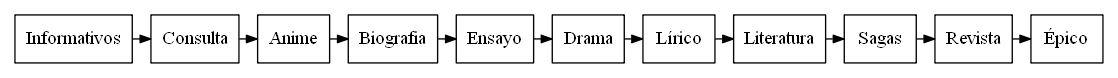
Earlier version of the Graphviz export Graphics/PreOrder.png (Guillermo-O-C/EDD_1S20200_PY2_201801366). Its source is kept beside it as TextFiles/PreOrder.dot. Its diagram source:
```dot
digraph G {
 rankdir=LR nodesep=0.3;
 ranksep=0.2;
 margin=0.1;
   node [shape=box];
  edge [arrowsize=0.8]
"Informativos"->"Consulta"->"Anime"->"Biografia"->"Ensayo"->"Drama"->"Lírico"->"Literatura"->"Sagas"->"Revista"->"Épico";
}
```
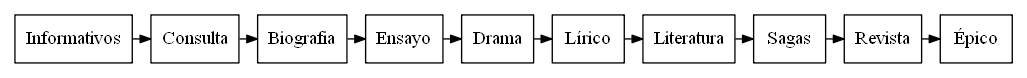
The same file after the commit.

Diff of the diagram source:
```diff
@@ -4,5 +4,5 @@
  margin=0.1;
    node [shape=box];
   edge [arrowsize=0.8]
-"Informativos"->"Consulta"->"Anime"->"Biografia"->"Ensayo"->"Drama"->"Lírico"->"Literatura"->"Sagas"->"Revista"->"Épico";
+"Informativos"->"Consulta"->"Biografia"->"Ensayo"->"Drama"->"Lírico"->"Literatura"->"Sagas"->"Revista"->"Épico";
 }
```
